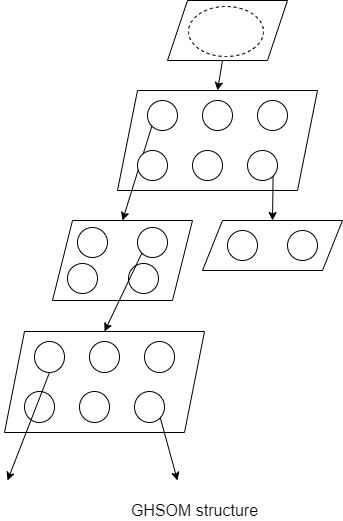
This is image/ghsom.png from lina2360/HiSeqGan, a draw.io export, as it was before one commit. Source tidied: cells renumbered, new cells last; positions are measured from the earlier drawing's top-left corner, leaving out a move shared by most shapes.
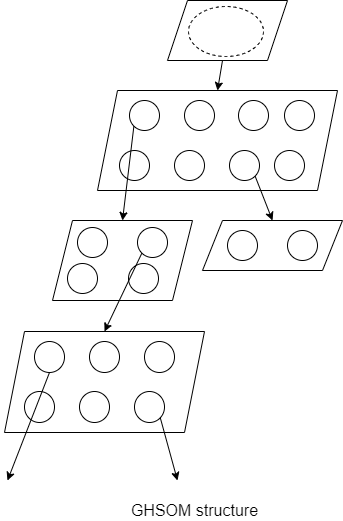
Later version of the same file.

What changed in the source:
```diff
@@ -6,7 +6,7 @@
       <mxGeometry x="163" width="120" height="60" as="geometry" />
     </mxCell>
     <mxCell id="3" style="shape=parallelogram;perimeter=parallelogramPerimeter;whiteSpace=wrap;html=1;fixedSize=1;" parent="1" vertex="1">
-      <mxGeometry x="113" y="90" width="200" height="100" as="geometry" />
+      <mxGeometry x="93" y="90" width="240" height="100" as="geometry" />
     </mxCell>
     <mxCell id="4" style="shape=parallelogram;perimeter=parallelogramPerimeter;whiteSpace=wrap;html=1;fixedSize=1;" parent="1" vertex="1">
       <mxGeometry x="48" y="220" width="140" height="80" as="geometry" />
@@ -14,26 +14,23 @@
     <mxCell id="5" style="endArrow=classic;html=1;entryX=0.5;entryY=0;entryDx=0;entryDy=0;" parent="1" edge="1" source="2" target="3">
       <mxGeometry relative="1" as="geometry" />
     </mxCell>
-    <mxCell id="6" style="endArrow=classic;html=1;entryX=0.5;entryY=0;entryDx=0;entryDy=0;exitX=0;exitY=1;exitDx=0;exitDy=0;" parent="1" edge="1" source="7" target="4">
-      <mxGeometry relative="1" as="geometry" />
-    </mxCell>
     <mxCell id="7" style="ellipse;whiteSpace=wrap;html=1;" parent="1" vertex="1">
-      <mxGeometry x="143" y="100" width="30" height="30" as="geometry" />
+      <mxGeometry x="125" y="100" width="30" height="30" as="geometry" />
     </mxCell>
     <mxCell id="8" style="ellipse;whiteSpace=wrap;html=1;" parent="1" vertex="1">
-      <mxGeometry x="198" y="100" width="30" height="30" as="geometry" />
+      <mxGeometry x="180" y="100" width="30" height="30" as="geometry" />
     </mxCell>
     <mxCell id="9" style="ellipse;whiteSpace=wrap;html=1;" parent="1" vertex="1">
-      <mxGeometry x="253" y="100" width="30" height="30" as="geometry" />
+      <mxGeometry x="234" y="100" width="30" height="30" as="geometry" />
     </mxCell>
     <mxCell id="10" style="ellipse;whiteSpace=wrap;html=1;" parent="1" vertex="1">
-      <mxGeometry x="133" y="150" width="30" height="30" as="geometry" />
+      <mxGeometry x="115" y="150" width="30" height="30" as="geometry" />
     </mxCell>
     <mxCell id="11" style="ellipse;whiteSpace=wrap;html=1;" parent="1" vertex="1">
-      <mxGeometry x="188" y="150" width="30" height="30" as="geometry" />
+      <mxGeometry x="170" y="150" width="30" height="30" as="geometry" />
     </mxCell>
     <mxCell id="12" style="ellipse;whiteSpace=wrap;html=1;" parent="1" vertex="1">
-      <mxGeometry x="243" y="150" width="30" height="30" as="geometry" />
+      <mxGeometry x="225" y="150" width="30" height="30" as="geometry" />
     </mxCell>
     <mxCell id="13" style="endArrow=classic;html=1;exitX=1;exitY=1;exitDx=0;exitDy=0;entryX=0.5;entryY=0;entryDx=0;entryDy=0;" parent="1" edge="1" source="12">
       <mxGeometry relative="1" as="geometry">
@@ -110,5 +107,14 @@
         <mxPoint x="228" y="293" as="targetPoint" />
       </mxGeometry>
     </mxCell>
+    <mxCell id="35" style="ellipse;whiteSpace=wrap;html=1;" parent="1" vertex="1">
+      <mxGeometry x="280" y="100" width="30" height="30" as="geometry" />
+    </mxCell>
+    <mxCell id="36" style="ellipse;whiteSpace=wrap;html=1;" parent="1" vertex="1">
+      <mxGeometry x="270" y="150" width="30" height="30" as="geometry" />
+    </mxCell>
+    <mxCell id="6" style="endArrow=classic;html=1;entryX=0.5;entryY=0;entryDx=0;entryDy=0;exitX=0;exitY=1;exitDx=0;exitDy=0;" parent="1" edge="1" source="7" target="4">
+      <mxGeometry relative="1" as="geometry" />
+    </mxCell>
   </root>
 </mxGraphModel>
```
